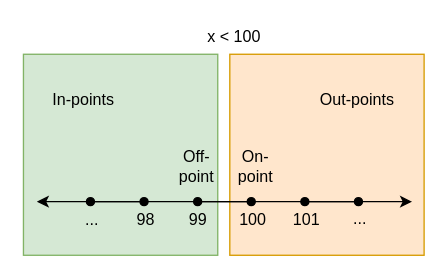
Above: drawio/chapter3/on_off_points.drawio in sf105/sttp-book (draw.io), before the change. Source tidied: cells renumbered, new cells numbered last; positions are measured from the earlier drawing's top-left corner, leaving out a move shared by most shapes. Both pictures are drawn from the tidied source at 134%, with x=0, y=0 at pixel (23, 23).
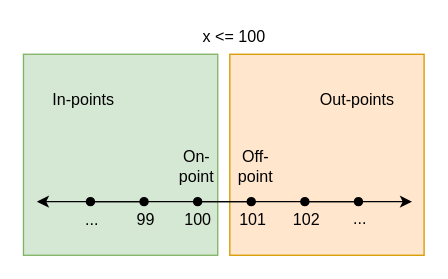
The same page after the edit.

Commit message (it also covers changes not shown here):
Add second on-off points diagram

Unchanged cells that the change refers to:
```xml
<mxCell id="4" style="endArrow=classic;startArrow=classic;html=1;" parent="1" edge="1">
  <mxGeometry relative="1" as="geometry">
    <mxPoint x="10" y="133" as="sourcePoint" />
    <mxPoint x="290" y="133" as="targetPoint" />
  </mxGeometry>
</mxCell>
```

Diff of the diagram source:
```diff
@@
-    <mxCell id="6" value="98" style="text;html=1;align=center;verticalAlign=middle;labelBackgroundColor=none;" parent="4" vertex="1">
+    <mxCell id="6" value="99" style="text;html=1;align=center;verticalAlign=middle;labelBackgroundColor=none;" parent="4" vertex="1">
       <mxGeometry x="-0.88" relative="1" as="geometry">
         <mxPoint x="63" y="13" as="offset" />
       </mxGeometry>
     </mxCell>
@@
-    <mxCell id="10" value="99" style="text;html=1;align=center;verticalAlign=middle;labelBackgroundColor=none;" parent="1" vertex="1">
+    <mxCell id="10" value="100" style="text;html=1;align=center;verticalAlign=middle;labelBackgroundColor=none;" parent="1" vertex="1">
       <mxGeometry x="66" y="133" as="geometry">
         <mxPoint x="63" y="13" as="offset" />
       </mxGeometry>
     </mxCell>
-    <mxCell id="11" value="100" style="text;html=1;align=center;verticalAlign=middle;labelBackgroundColor=none;" parent="1" vertex="1">
+    <mxCell id="11" value="101" style="text;html=1;align=center;verticalAlign=middle;labelBackgroundColor=none;" parent="1" vertex="1">
       <mxGeometry x="46" y="136" as="geometry">
         <mxPoint x="124" y="10" as="offset" />
       </mxGeometry>
     </mxCell>
-    <mxCell id="12" value="101" style="text;html=1;align=center;verticalAlign=middle;labelBackgroundColor=none;" parent="1" vertex="1">
+    <mxCell id="12" value="102" style="text;html=1;align=center;verticalAlign=middle;labelBackgroundColor=none;" parent="1" vertex="1">
       <mxGeometry x="147" y="133" as="geometry">
         <mxPoint x="63" y="13" as="offset" />
       </mxGeometry>
     </mxCell>
@@
-    <mxCell id="14" value="Off-&lt;br&gt;point" style="text;html=1;align=center;verticalAlign=middle;labelBackgroundColor=none;" parent="1" vertex="1">
+    <mxCell id="14" value="On-&lt;br&gt;point" style="text;html=1;align=center;verticalAlign=middle;labelBackgroundColor=none;" parent="1" vertex="1">
       <mxGeometry x="105" y="93" as="geometry">
         <mxPoint x="23" y="13" as="offset" />
       </mxGeometry>
     </mxCell>
-    <mxCell id="15" value="On-&lt;br&gt;point" style="text;html=1;align=center;verticalAlign=middle;labelBackgroundColor=none;" parent="1" vertex="1">
+    <mxCell id="15" value="Off-&lt;br&gt;point" style="text;html=1;align=center;verticalAlign=middle;labelBackgroundColor=none;" parent="1" vertex="1">
       <mxGeometry x="149" y="93" as="geometry">
         <mxPoint x="23" y="13" as="offset" />
       </mxGeometry>
     </mxCell>
-    <mxCell id="16" value="x &amp;lt; 100" style="text;html=1;align=center;verticalAlign=top;spacingTop=-4;" parent="1" vertex="1">
+    <mxCell id="16" value="x &amp;lt;= 100" style="text;html=1;align=center;verticalAlign=top;spacingTop=-4;" parent="1" vertex="1">
       <mxGeometry x="127" width="60" height="20" as="geometry" />
     </mxCell>
```
